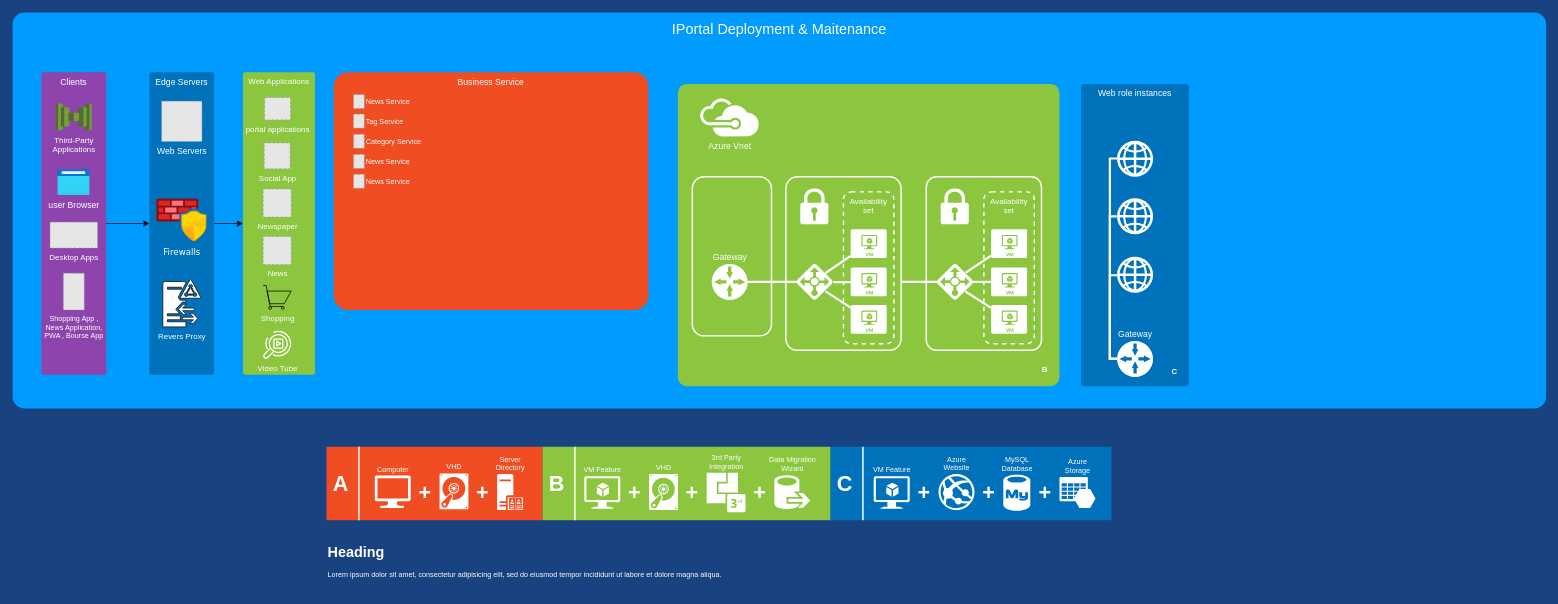
Above: Untitled Diagram(3).drawio in aramdata/IportalDiagram (draw.io), before the change. Source tidied: cells renumbered, new cells numbered last; positions are measured from the earlier drawing's top-left corner, leaving out a move shared by most shapes. Both pictures are drawn from the tidied source at 72%, with x=0, y=0 at pixel (12, 12). Pictures stored in the file or linked from it are replaced by grey dashed boxes.
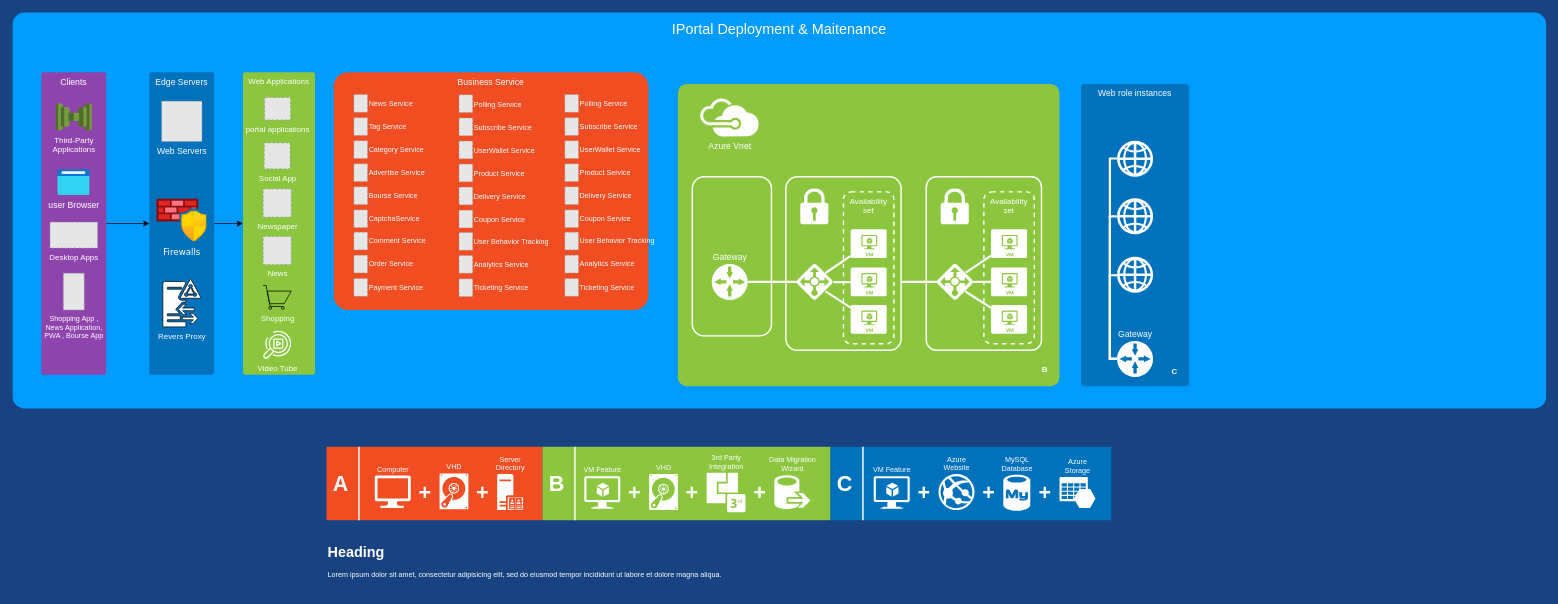
After the change.

The edit, as a diff of the source:
```diff
@@
     <mxCell id="89" value="News Service" style="fillColor=#E6E6E6;strokeColor=#999999;dashed=1;verticalLabelPosition=middle;labelBackgroundColor=none;verticalAlign=middle;fontSize=10;fontColor=#FFFFFF;html=1;labelPosition=right;align=left;" parent="1" vertex="1">
-      <mxGeometry x="473.5" y="113.8" width="15" height="19.4" as="geometry" />
+      <mxGeometry x="474" y="113.8" width="19" height="24.6" as="geometry" />
     </mxCell>
     <mxCell id="90" value="Tag Service" style="fillColor=#E6E6E6;strokeColor=#999999;dashed=1;verticalLabelPosition=middle;labelBackgroundColor=none;verticalAlign=middle;fontSize=10;fontColor=#FFFFFF;html=1;labelPosition=right;align=left;" parent="1" vertex="1">
-      <mxGeometry x="473.5" y="141" width="15" height="19.4" as="geometry" />
+      <mxGeometry x="474" y="146" width="19" height="24.6" as="geometry" />
     </mxCell>
     <mxCell id="91" value="Category Service" style="fillColor=#E6E6E6;strokeColor=#999999;dashed=1;verticalLabelPosition=middle;labelBackgroundColor=none;verticalAlign=middle;fontSize=10;fontColor=#FFFFFF;html=1;labelPosition=right;align=left;" parent="1" vertex="1">
-      <mxGeometry x="473.5" y="169" width="15" height="19.4" as="geometry" />
+      <mxGeometry x="474" y="178" width="19" height="24.6" as="geometry" />
     </mxCell>
-    <mxCell id="92" value="News Service" style="fillColor=#E6E6E6;strokeColor=#999999;dashed=1;verticalLabelPosition=middle;labelBackgroundColor=none;verticalAlign=middle;fontSize=10;fontColor=#FFFFFF;html=1;labelPosition=right;align=left;" parent="1" vertex="1">
-      <mxGeometry x="473.5" y="197" width="15" height="19.4" as="geometry" />
+    <mxCell id="92" value="َAdvertise Service" style="fillColor=#E6E6E6;strokeColor=#999999;dashed=1;verticalLabelPosition=middle;labelBackgroundColor=none;verticalAlign=middle;fontSize=10;fontColor=#FFFFFF;html=1;labelPosition=right;align=left;" parent="1" vertex="1">
+      <mxGeometry x="474" y="210" width="19" height="24.6" as="geometry" />
     </mxCell>
-    <mxCell id="93" value="News Service" style="fillColor=#E6E6E6;strokeColor=#999999;dashed=1;verticalLabelPosition=middle;labelBackgroundColor=none;verticalAlign=middle;fontSize=10;fontColor=#FFFFFF;html=1;labelPosition=right;align=left;" parent="1" vertex="1">
-      <mxGeometry x="473.5" y="224.6" width="15" height="19.4" as="geometry" />
+    <mxCell id="93" value="Bourse Service" style="fillColor=#E6E6E6;strokeColor=#999999;dashed=1;verticalLabelPosition=middle;labelBackgroundColor=none;verticalAlign=middle;fontSize=10;fontColor=#FFFFFF;html=1;labelPosition=right;align=left;" parent="1" vertex="1">
+      <mxGeometry x="474" y="242" width="19" height="24.6" as="geometry" />
     </mxCell>
+    <mxCell id="94" value="&lt;div&gt;CaptchaService&lt;/div&gt;" style="fillColor=#E6E6E6;strokeColor=#999999;dashed=1;verticalLabelPosition=middle;labelBackgroundColor=none;verticalAlign=middle;fontSize=10;fontColor=#FFFFFF;html=1;labelPosition=right;align=left;" parent="1" vertex="1">
+      <mxGeometry x="474" y="274" width="19" height="24.6" as="geometry" />
+    </mxCell>
+    <mxCell id="95" value="Comment Service" style="fillColor=#E6E6E6;strokeColor=#999999;dashed=1;verticalLabelPosition=middle;labelBackgroundColor=none;verticalAlign=middle;fontSize=10;fontColor=#FFFFFF;html=1;labelPosition=right;align=left;" parent="1" vertex="1">
+      <mxGeometry x="474" y="305" width="19" height="24.6" as="geometry" />
+    </mxCell>
+    <mxCell id="96" value="&lt;div&gt;Order Service&lt;/div&gt;" style="fillColor=#E6E6E6;strokeColor=#999999;dashed=1;verticalLabelPosition=middle;labelBackgroundColor=none;verticalAlign=middle;fontSize=10;fontColor=#FFFFFF;html=1;labelPosition=right;align=left;" parent="1" vertex="1">
+      <mxGeometry x="474" y="337" width="19" height="24.6" as="geometry" />
+    </mxCell>
+    <mxCell id="97" value="َPayment Service" style="fillColor=#E6E6E6;strokeColor=#999999;dashed=1;verticalLabelPosition=middle;labelBackgroundColor=none;verticalAlign=middle;fontSize=10;fontColor=#FFFFFF;html=1;labelPosition=right;align=left;" parent="1" vertex="1">
+      <mxGeometry x="474" y="369.4" width="19" height="24.6" as="geometry" />
+    </mxCell>
+    <mxCell id="98" value="Polling Service" style="fillColor=#E6E6E6;strokeColor=#999999;dashed=1;verticalLabelPosition=middle;labelBackgroundColor=none;verticalAlign=middle;fontSize=10;fontColor=#FFFFFF;html=1;labelPosition=right;align=left;" parent="1" vertex="1">
+      <mxGeometry x="620" y="114.2" width="19" height="24.6" as="geometry" />
+    </mxCell>
+    <mxCell id="99" value="Subscribe Service" style="fillColor=#E6E6E6;strokeColor=#999999;dashed=1;verticalLabelPosition=middle;labelBackgroundColor=none;verticalAlign=middle;fontSize=10;fontColor=#FFFFFF;html=1;labelPosition=right;align=left;" parent="1" vertex="1">
+      <mxGeometry x="620" y="146.4" width="19" height="24.6" as="geometry" />
+    </mxCell>
+    <mxCell id="100" value="UserWallet Service" style="fillColor=#E6E6E6;strokeColor=#999999;dashed=1;verticalLabelPosition=middle;labelBackgroundColor=none;verticalAlign=middle;fontSize=10;fontColor=#FFFFFF;html=1;labelPosition=right;align=left;" parent="1" vertex="1">
+      <mxGeometry x="620" y="178.4" width="19" height="24.6" as="geometry" />
+    </mxCell>
+    <mxCell id="101" value="َProduct Service" style="fillColor=#E6E6E6;strokeColor=#999999;dashed=1;verticalLabelPosition=middle;labelBackgroundColor=none;verticalAlign=middle;fontSize=10;fontColor=#FFFFFF;html=1;labelPosition=right;align=left;" parent="1" vertex="1">
+      <mxGeometry x="620" y="210.4" width="19" height="24.6" as="geometry" />
+    </mxCell>
+    <mxCell id="102" value="Delivery Service" style="fillColor=#E6E6E6;strokeColor=#999999;dashed=1;verticalLabelPosition=middle;labelBackgroundColor=none;verticalAlign=middle;fontSize=10;fontColor=#FFFFFF;html=1;labelPosition=right;align=left;" parent="1" vertex="1">
+      <mxGeometry x="620" y="242.4" width="19" height="24.6" as="geometry" />
+    </mxCell>
+    <mxCell id="103" value="&lt;div&gt;Coupon Service&lt;/div&gt;" style="fillColor=#E6E6E6;strokeColor=#999999;dashed=1;verticalLabelPosition=middle;labelBackgroundColor=none;verticalAlign=middle;fontSize=10;fontColor=#FFFFFF;html=1;labelPosition=right;align=left;" parent="1" vertex="1">
+      <mxGeometry x="620" y="274.4" width="19" height="24.6" as="geometry" />
+    </mxCell>
+    <mxCell id="104" value="User Behavior Tracking " style="fillColor=#E6E6E6;strokeColor=#999999;dashed=1;verticalLabelPosition=middle;labelBackgroundColor=none;verticalAlign=middle;fontSize=10;fontColor=#FFFFFF;html=1;labelPosition=right;align=left;" parent="1" vertex="1">
+      <mxGeometry x="620" y="305.4" width="19" height="24.6" as="geometry" />
+    </mxCell>
+    <mxCell id="105" value="&lt;div&gt;Analytics Service&lt;/div&gt;" style="fillColor=#E6E6E6;strokeColor=#999999;dashed=1;verticalLabelPosition=middle;labelBackgroundColor=none;verticalAlign=middle;fontSize=10;fontColor=#FFFFFF;html=1;labelPosition=right;align=left;" parent="1" vertex="1">
+      <mxGeometry x="620" y="337.4" width="19" height="24.6" as="geometry" />
+    </mxCell>
+    <mxCell id="106" value="Ticketing Service" style="fillColor=#E6E6E6;strokeColor=#999999;dashed=1;verticalLabelPosition=middle;labelBackgroundColor=none;verticalAlign=middle;fontSize=10;fontColor=#FFFFFF;html=1;labelPosition=right;align=left;" parent="1" vertex="1">
+      <mxGeometry x="620" y="369.8" width="19" height="24.6" as="geometry" />
+    </mxCell>
+    <mxCell id="107" value="Polling Service" style="fillColor=#E6E6E6;strokeColor=#999999;dashed=1;verticalLabelPosition=middle;labelBackgroundColor=none;verticalAlign=middle;fontSize=10;fontColor=#FFFFFF;html=1;labelPosition=right;align=left;" parent="1" vertex="1">
+      <mxGeometry x="767" y="113.8" width="19" height="24.6" as="geometry" />
+    </mxCell>
+    <mxCell id="108" value="Subscribe Service" style="fillColor=#E6E6E6;strokeColor=#999999;dashed=1;verticalLabelPosition=middle;labelBackgroundColor=none;verticalAlign=middle;fontSize=10;fontColor=#FFFFFF;html=1;labelPosition=right;align=left;" parent="1" vertex="1">
+      <mxGeometry x="767" y="146" width="19" height="24.6" as="geometry" />
+    </mxCell>
+    <mxCell id="109" value="UserWallet Service" style="fillColor=#E6E6E6;strokeColor=#999999;dashed=1;verticalLabelPosition=middle;labelBackgroundColor=none;verticalAlign=middle;fontSize=10;fontColor=#FFFFFF;html=1;labelPosition=right;align=left;" parent="1" vertex="1">
+      <mxGeometry x="767" y="178" width="19" height="24.6" as="geometry" />
+    </mxCell>
+    <mxCell id="110" value="َProduct Service" style="fillColor=#E6E6E6;strokeColor=#999999;dashed=1;verticalLabelPosition=middle;labelBackgroundColor=none;verticalAlign=middle;fontSize=10;fontColor=#FFFFFF;html=1;labelPosition=right;align=left;" parent="1" vertex="1">
+      <mxGeometry x="767" y="210" width="19" height="24.6" as="geometry" />
+    </mxCell>
+    <mxCell id="111" value="Delivery Service" style="fillColor=#E6E6E6;strokeColor=#999999;dashed=1;verticalLabelPosition=middle;labelBackgroundColor=none;verticalAlign=middle;fontSize=10;fontColor=#FFFFFF;html=1;labelPosition=right;align=left;" parent="1" vertex="1">
+      <mxGeometry x="767" y="242" width="19" height="24.6" as="geometry" />
+    </mxCell>
+    <mxCell id="112" value="&lt;div&gt;Coupon Service&lt;/div&gt;" style="fillColor=#E6E6E6;strokeColor=#999999;dashed=1;verticalLabelPosition=middle;labelBackgroundColor=none;verticalAlign=middle;fontSize=10;fontColor=#FFFFFF;html=1;labelPosition=right;align=left;" parent="1" vertex="1">
+      <mxGeometry x="767" y="274" width="19" height="24.6" as="geometry" />
+    </mxCell>
+    <mxCell id="113" value="User Behavior Tracking " style="fillColor=#E6E6E6;strokeColor=#999999;dashed=1;verticalLabelPosition=middle;labelBackgroundColor=none;verticalAlign=middle;fontSize=10;fontColor=#FFFFFF;html=1;labelPosition=right;align=left;" parent="1" vertex="1">
+      <mxGeometry x="767" y="305" width="19" height="24.6" as="geometry" />
+    </mxCell>
+    <mxCell id="114" value="&lt;div&gt;Analytics Service&lt;/div&gt;" style="fillColor=#E6E6E6;strokeColor=#999999;dashed=1;verticalLabelPosition=middle;labelBackgroundColor=none;verticalAlign=middle;fontSize=10;fontColor=#FFFFFF;html=1;labelPosition=right;align=left;" parent="1" vertex="1">
+      <mxGeometry x="767" y="337" width="19" height="24.6" as="geometry" />
+    </mxCell>
+    <mxCell id="115" value="Ticketing Service" style="fillColor=#E6E6E6;strokeColor=#999999;dashed=1;verticalLabelPosition=middle;labelBackgroundColor=none;verticalAlign=middle;fontSize=10;fontColor=#FFFFFF;html=1;labelPosition=right;align=left;" parent="1" vertex="1">
+      <mxGeometry x="767" y="369.4" width="19" height="24.6" as="geometry" />
+    </mxCell>
```
